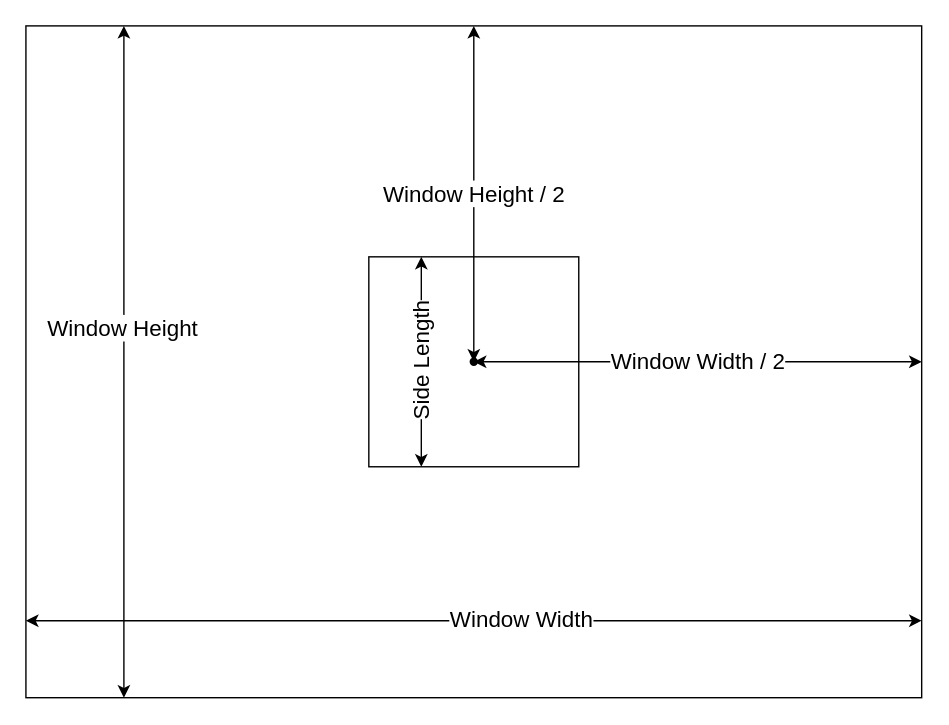
This is square_overlay.drawio.svg from mxwlc/ee2project-2024-robot-power, a draw.io export, as it was before one commit. Source tidied: cells renumbered, new cells last; positions are measured from the earlier drawing's top-left corner, leaving out a move shared by most shapes. Source of this version:
```xml
<mxGraphModel>
  <root>
    <mxCell id="0" />
    <mxCell id="1" value="Untitled Layer" parent="0" />
    <mxCell id="2" style="rounded=0;whiteSpace=wrap;html=1;" parent="1" vertex="1">
      <mxGeometry width="640" height="480" as="geometry" />
    </mxCell>
    <mxCell id="3" parent="0" />
    <mxCell id="4" style="rounded=0;whiteSpace=wrap;html=1;horizontal=0;fontSize=16;" parent="3" vertex="1">
      <mxGeometry x="245" y="165" width="150" height="150" as="geometry" />
    </mxCell>
    <mxCell id="5" style="endArrow=classic;startArrow=classic;html=1;rounded=0;fontSize=16;" parent="3" edge="1">
      <mxGeometry relative="1" as="geometry">
        <mxPoint x="640" y="425" as="sourcePoint" />
        <mxPoint y="425" as="targetPoint" />
      </mxGeometry>
    </mxCell>
    <mxCell id="6" value="Window Width" style="edgeLabel;html=1;align=center;verticalAlign=middle;fontSize=16;" parent="5" vertex="1">
      <mxGeometry x="-0.1" y="-2" relative="1" as="geometry" />
    </mxCell>
    <mxCell id="7" style="shape=waypoint;sketch=0;fillStyle=solid;size=6;points=[];fillColor=none;perimeter=centerPerimeter;snapToPoint=1;fontSize=16;" parent="3" vertex="1">
      <mxGeometry x="310" y="230" width="20" height="20" as="geometry" />
    </mxCell>
    <mxCell id="8" value="Window Width / 2" style="endArrow=classic;startArrow=classic;html=1;rounded=0;fontSize=16;" parent="3" edge="1">
      <mxGeometry relative="1" as="geometry">
        <mxPoint x="640" y="240" as="sourcePoint" />
        <mxPoint x="320" y="240" as="targetPoint" />
      </mxGeometry>
    </mxCell>
    <mxCell id="9" value="&lt;div style=&quot;font-size: 16px;&quot;&gt;Side Length&lt;br style=&quot;font-size: 16px;&quot;&gt;&lt;/div&gt;" style="endArrow=classic;startArrow=classic;html=1;rounded=0;exitX=0.25;exitY=1;exitDx=0;exitDy=0;entryX=0.25;entryY=0;entryDx=0;entryDy=0;horizontal=0;fontSize=16;" parent="3" edge="1" source="4" target="4">
      <mxGeometry relative="1" as="geometry" />
    </mxCell>
    <mxCell id="10" value="&lt;div style=&quot;font-size: 16px;&quot;&gt;Window Height / 2&lt;br style=&quot;font-size: 16px;&quot;&gt;&lt;/div&gt;" style="endArrow=classic;startArrow=classic;html=1;rounded=0;exitX=0.65;exitY=0.9;exitDx=0;exitDy=0;exitPerimeter=0;fontSize=16;" parent="3" edge="1" source="7">
      <mxGeometry relative="1" as="geometry">
        <mxPoint x="320" as="targetPoint" />
      </mxGeometry>
    </mxCell>
    <mxCell id="11" style="endArrow=classic;startArrow=classic;html=1;rounded=0;fontSize=16;" parent="3" edge="1">
      <mxGeometry relative="1" as="geometry">
        <mxPoint x="70" as="sourcePoint" />
        <mxPoint x="70" y="480" as="targetPoint" />
      </mxGeometry>
    </mxCell>
    <mxCell id="12" value="Window Height" style="edgeLabel;html=1;align=center;verticalAlign=middle;fontSize=16;" parent="11" vertex="1">
      <mxGeometry x="-0.1" y="-2" relative="1" as="geometry" />
    </mxCell>
  </root>
</mxGraphModel>
```
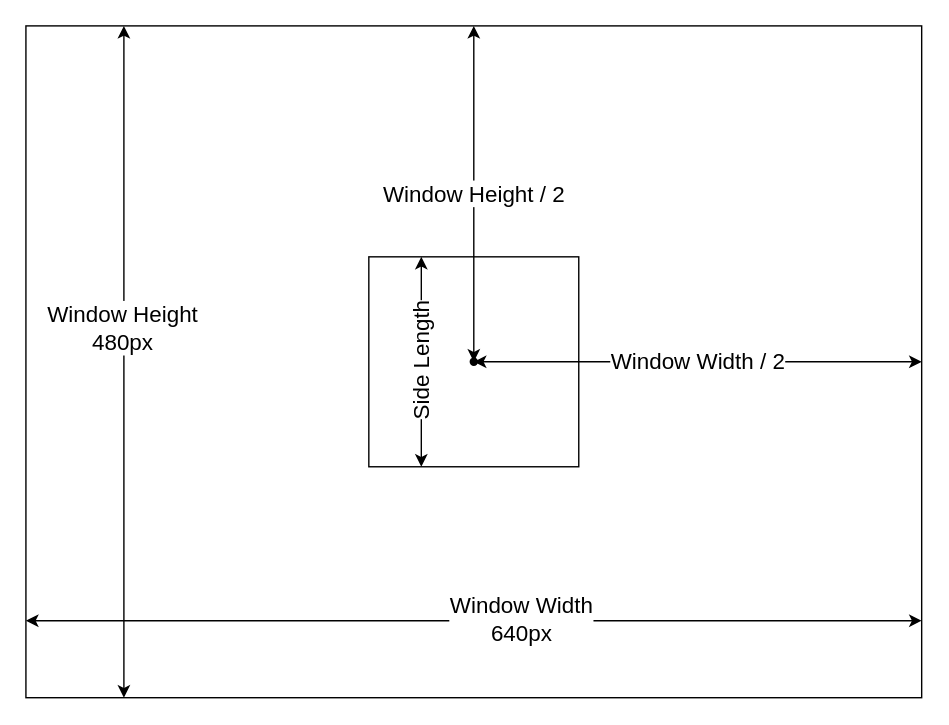
The same file after the commit.

What changed in the source:
```diff
@@ -15,7 +15,7 @@
         <mxPoint y="425" as="targetPoint" />
       </mxGeometry>
     </mxCell>
-    <mxCell id="6" value="Window Width" style="edgeLabel;html=1;align=center;verticalAlign=middle;fontSize=16;" parent="5" vertex="1">
+    <mxCell id="6" value="&lt;div&gt;Window Width&lt;/div&gt;640px" style="edgeLabel;html=1;align=center;verticalAlign=middle;fontSize=16;" parent="5" vertex="1">
       <mxGeometry x="-0.1" y="-2" relative="1" as="geometry" />
     </mxCell>
     <mxCell id="7" style="shape=waypoint;sketch=0;fillStyle=solid;size=6;points=[];fillColor=none;perimeter=centerPerimeter;snapToPoint=1;fontSize=16;" parent="3" vertex="1">
@@ -41,7 +41,7 @@
         <mxPoint x="70" y="480" as="targetPoint" />
       </mxGeometry>
     </mxCell>
-    <mxCell id="12" value="Window Height" style="edgeLabel;html=1;align=center;verticalAlign=middle;fontSize=16;" parent="11" vertex="1">
+    <mxCell id="12" value="&lt;div&gt;Window Height&lt;/div&gt;&lt;div&gt;480px&lt;br&gt;&lt;/div&gt;" style="edgeLabel;html=1;align=center;verticalAlign=middle;fontSize=16;" parent="11" vertex="1">
       <mxGeometry x="-0.1" y="-2" relative="1" as="geometry" />
     </mxCell>
   </root>
```
